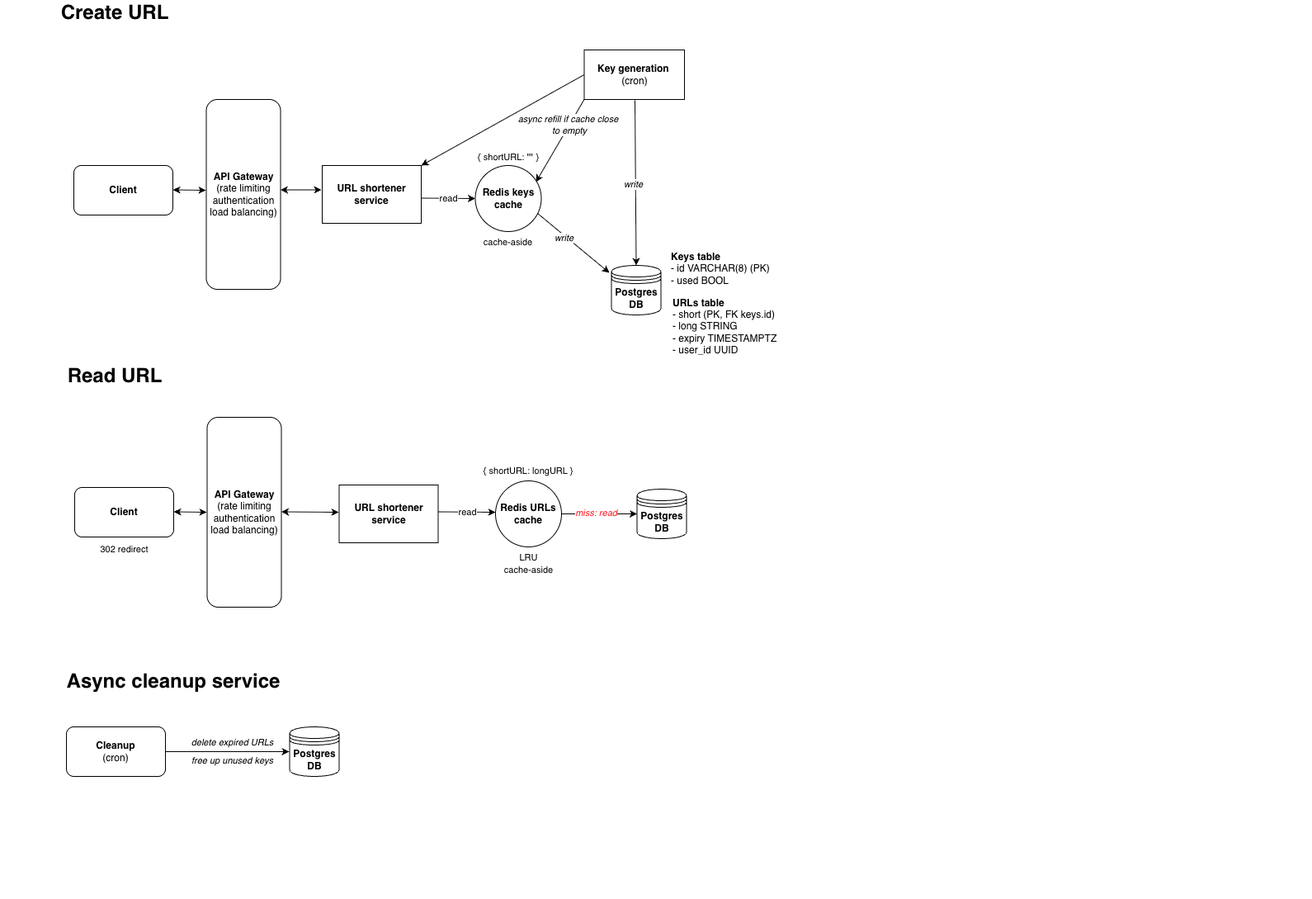
Earlier version of the draw.io export apparchitecture.png (Marie20767/url-shortener). Source tidied: cells renumbered, new cells last; positions are measured from the earlier drawing's top-left corner, leaving out a move shared by most shapes.
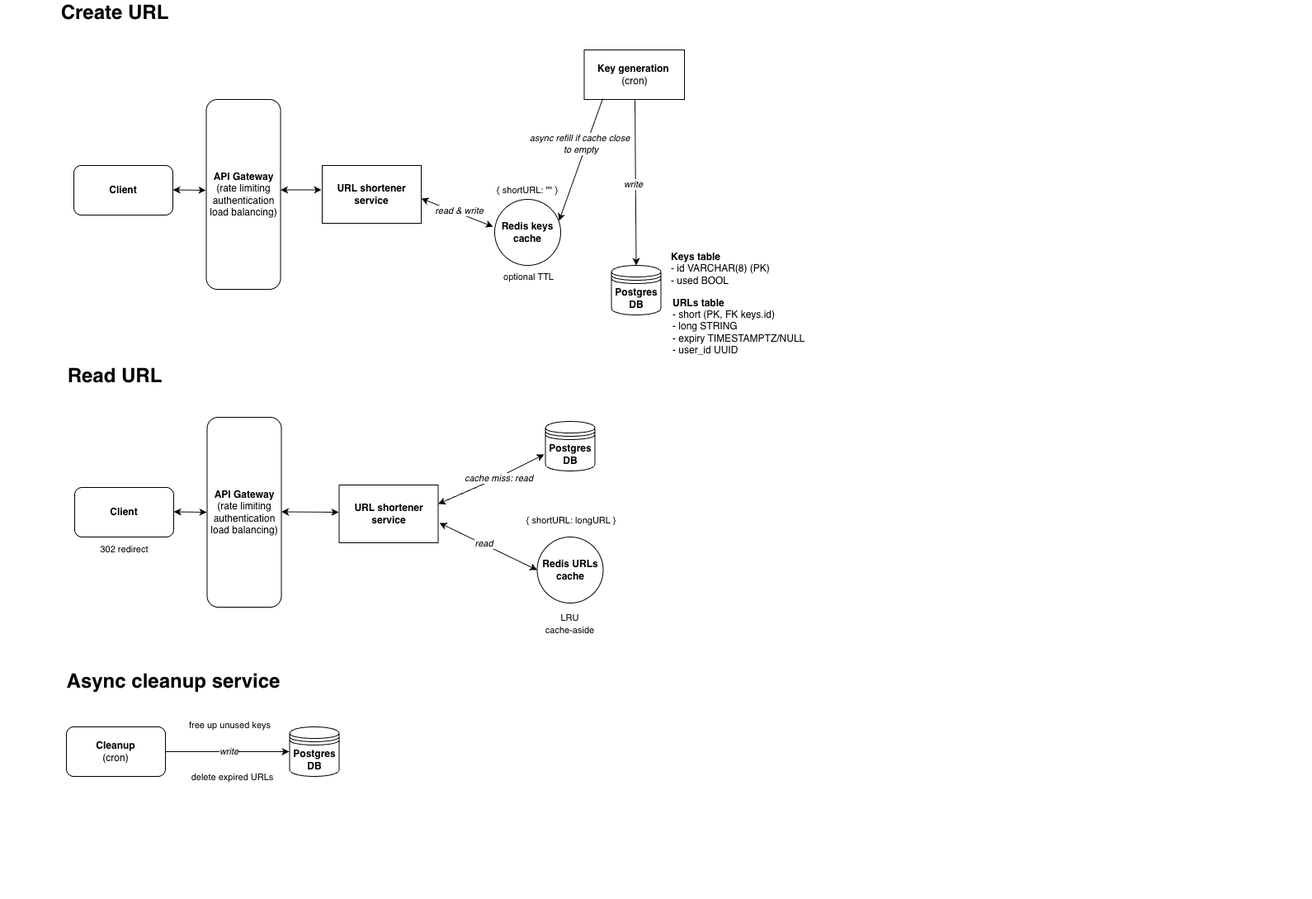
After the commit.

Commit message:
Updated diagram to remove cache to db link

The edit, as a diff of the source:
```diff
@@ -16,14 +16,6 @@
         <mxPoint x="-2" as="offset" />
       </mxGeometry>
     </mxCell>
-    <mxCell id="6" style="endArrow=classic;html=1;rounded=0;entryX=0.919;entryY=0.25;entryDx=0;entryDy=0;entryPerimeter=0;exitX=0;exitY=1;exitDx=0;exitDy=0;" parent="1" edge="1" source="8" target="31">
-      <mxGeometry relative="1" as="geometry" />
-    </mxCell>
-    <mxCell id="7" value="&lt;font style=&quot;color: rgb(0, 0, 0);&quot;&gt;&lt;i style=&quot;&quot;&gt;async refill if cache close&lt;br&gt;&amp;nbsp;to empty&lt;br&gt;&lt;/i&gt;&lt;/font&gt;" style="edgeLabel;html=1;align=center;verticalAlign=middle;fillColor=#000000;strokeColor=none;" parent="6" vertex="1">
-      <mxGeometry relative="1" as="geometry">
-        <mxPoint x="9" y="-20" as="offset" />
-      </mxGeometry>
-    </mxCell>
     <mxCell id="8" value="&lt;b&gt;Key generation&amp;nbsp;&lt;/b&gt;&lt;br&gt;(cron)" style="rounded=0;whiteSpace=wrap;html=1;" parent="1" vertex="1">
       <mxGeometry x="708.5" y="60" width="121.5" height="60" as="geometry" />
     </mxCell>
@@ -37,31 +29,15 @@
         <mxPoint x="-13" y="2" as="offset" />
       </mxGeometry>
     </mxCell>
-    <mxCell id="11" style="endArrow=classic;html=1;rounded=0;exitX=0.944;exitY=0.725;exitDx=0;exitDy=0;exitPerimeter=0;entryX=-0.042;entryY=0.15;entryDx=0;entryDy=0;entryPerimeter=0;" parent="1" edge="1" source="31" target="4">
-      <mxGeometry relative="1" as="geometry" />
-    </mxCell>
-    <mxCell id="12" value="&lt;i&gt;write&lt;/i&gt;" style="edgeLabel;html=1;align=center;verticalAlign=middle;" parent="1" vertex="1">
-      <mxGeometry x="696.8" y="285" as="geometry">
-        <mxPoint x="-13" y="2" as="offset" />
-      </mxGeometry>
-    </mxCell>
     <mxCell id="13" value="&lt;font style=&quot;font-size: 24px;&quot;&gt;&lt;b&gt;Read URL&lt;/b&gt;&lt;/font&gt;" style="text;html=1;align=center;verticalAlign=middle;whiteSpace=wrap;rounded=0;" parent="1" vertex="1">
       <mxGeometry x="40" y="440" width="200" height="30" as="geometry" />
     </mxCell>
     <mxCell id="14" value="{ shortURL: longURL }" style="text;html=1;align=center;verticalAlign=middle;whiteSpace=wrap;rounded=0;fontSize=11;" parent="1" vertex="1">
-      <mxGeometry x="585.2" y="560" width="111.5" height="20" as="geometry" />
+      <mxGeometry x="637" y="620" width="111.5" height="20" as="geometry" />
     </mxCell>
     <mxCell id="15" value="&lt;b&gt;Postgres DB&lt;/b&gt;" style="shape=datastore;whiteSpace=wrap;html=1;labelBackgroundColor=default;" parent="1" vertex="1">
-      <mxGeometry x="772.5" y="592" width="60" height="60" as="geometry" />
+      <mxGeometry x="661.5" y="510" width="60" height="60" as="geometry" />
     </mxCell>
-    <mxCell id="16" style="endArrow=classic;html=1;rounded=0;exitX=1;exitY=0.5;exitDx=0;exitDy=0;entryX=0;entryY=0.5;entryDx=0;entryDy=0;" parent="1" edge="1" source="39" target="15">
-      <mxGeometry relative="1" as="geometry" />
-    </mxCell>
-    <mxCell id="17" value="&lt;font style=&quot;color: rgb(255, 25, 33);&quot;&gt;&lt;i&gt;miss: read&lt;/i&gt;&lt;/font&gt;" style="edgeLabel;html=1;align=center;verticalAlign=middle;" parent="16" vertex="1">
-      <mxGeometry relative="1" as="geometry">
-        <mxPoint x="-5" y="-2" as="offset" />
-      </mxGeometry>
-    </mxCell>
     <mxCell id="18" value="&lt;b&gt;URL shortener service&lt;/b&gt;" style="rounded=0;whiteSpace=wrap;html=1;" parent="1" vertex="1">
       <mxGeometry x="391" y="200" width="120" height="70" as="geometry" />
     </mxCell>
@@ -82,9 +58,9 @@
         <mxPoint x="351" y="910" as="targetPoint" />
       </mxGeometry>
     </mxCell>
-    <mxCell id="24" value="delete expired URLs" style="edgeLabel;html=1;align=center;verticalAlign=middle;fontStyle=2;" parent="23" vertex="1">
+    <mxCell id="24" value="&lt;span style=&quot;font-style: normal;&quot;&gt;delete expired URLs&lt;/span&gt;" style="edgeLabel;html=1;align=center;verticalAlign=middle;fontStyle=2;" parent="23" vertex="1">
       <mxGeometry relative="1" as="geometry">
-        <mxPoint x="5" y="-12" as="offset" />
+        <mxPoint x="5" y="30" as="offset" />
       </mxGeometry>
     </mxCell>
     <mxCell id="25" style="edgeStyle=orthogonalEdgeStyle;rounded=0;orthogonalLoop=1;jettySize=auto;html=1;exitX=0.5;exitY=1;exitDx=0;exitDy=0;" parent="1" edge="1">
@@ -93,9 +69,6 @@
         <mxPoint x="454" y="1080" as="targetPoint" />
       </mxGeometry>
     </mxCell>
-    <mxCell id="26" value="&lt;div&gt;&lt;br&gt;&lt;/div&gt;&lt;div&gt;&lt;br&gt;&lt;/div&gt;" style="endArrow=classic;html=1;rounded=0;exitX=0;exitY=0.5;exitDx=0;exitDy=0;entryX=1;entryY=0;entryDx=0;entryDy=0;" parent="1" edge="1" source="8" target="18">
-      <mxGeometry relative="1" as="geometry" />
-    </mxCell>
     <mxCell id="27" value="&lt;b&gt;Client&lt;/b&gt;" style="rounded=1;whiteSpace=wrap;html=1;" parent="1" vertex="1">
       <mxGeometry x="90" y="200" width="120" height="60" as="geometry" />
     </mxCell>
@@ -115,17 +88,9 @@
       </mxGeometry>
     </mxCell>
     <mxCell id="31" value="&lt;b&gt;Redis keys cache&lt;/b&gt;" style="ellipse;whiteSpace=wrap;html=1;" parent="1" vertex="1">
-      <mxGeometry x="576.5" y="200" width="80" height="80" as="geometry" />
+      <mxGeometry x="600" y="241" width="80" height="80" as="geometry" />
     </mxCell>
-    <mxCell id="32" style="endArrow=classic;html=1;rounded=0;entryX=0;entryY=0.5;entryDx=0;entryDy=0;" parent="1" edge="1" target="31">
-      <mxGeometry relative="1" as="geometry">
-        <mxPoint x="511" y="239.5" as="sourcePoint" />
-      </mxGeometry>
-    </mxCell>
-    <mxCell id="33" value="read" style="edgeLabel;html=1;align=center;verticalAlign=middle;" parent="32" vertex="1">
-      <mxGeometry relative="1" as="geometry" />
-    </mxCell>
-    <mxCell id="34" value="&lt;b&gt;URLs table&lt;br&gt;&lt;/b&gt;&lt;div&gt;- short (PK, FK keys.id)&lt;/div&gt;&lt;div&gt;- long STRING&lt;/div&gt;&lt;div&gt;- expiry TIMESTAMPTZ&lt;/div&gt;&lt;div&gt;- user_id UUID&lt;/div&gt;" style="text;html=1;whiteSpace=wrap;strokeColor=none;fillColor=none;align=left;verticalAlign=middle;rounded=0;" parent="1" vertex="1">
+    <mxCell id="34" value="&lt;b&gt;URLs table&lt;br&gt;&lt;/b&gt;&lt;div&gt;- short (PK, FK keys.id)&lt;/div&gt;&lt;div&gt;- long STRING&lt;/div&gt;&lt;div&gt;- expiry TIMESTAMPTZ/NULL&lt;/div&gt;&lt;div&gt;- user_id UUID&lt;/div&gt;" style="text;html=1;whiteSpace=wrap;strokeColor=none;fillColor=none;align=left;verticalAlign=middle;rounded=0;" parent="1" vertex="1">
       <mxGeometry x="814" y="370" width="230" height="50" as="geometry" />
     </mxCell>
     <mxCell id="35" value="&lt;b&gt;Keys table&lt;br&gt;&lt;/b&gt;&lt;div&gt;- id VARCHAR(8) (PK)&lt;/div&gt;&lt;div&gt;- used BOOL&lt;/div&gt;" style="text;html=1;whiteSpace=wrap;strokeColor=none;fillColor=none;align=left;verticalAlign=middle;rounded=0;" parent="1" vertex="1">
@@ -144,10 +109,10 @@
       <mxGeometry x="251.5" y="505" width="90" height="230" as="geometry" />
     </mxCell>
     <mxCell id="39" value="&lt;b&gt;Redis URLs cache&lt;/b&gt;" style="ellipse;whiteSpace=wrap;html=1;" parent="1" vertex="1">
-      <mxGeometry x="601" y="582" width="80" height="80" as="geometry" />
+      <mxGeometry x="651.5" y="650" width="80" height="80" as="geometry" />
     </mxCell>
     <mxCell id="40" value="&lt;span style=&quot;font-size: 11px;&quot;&gt;LRU&lt;/span&gt;&lt;br style=&quot;font-size: 11px;&quot;&gt;&lt;span style=&quot;font-size: 11px;&quot;&gt;cache-aside&lt;/span&gt;" style="text;html=1;whiteSpace=wrap;strokeColor=none;fillColor=none;align=center;verticalAlign=middle;rounded=0;" parent="1" vertex="1">
-      <mxGeometry x="586.5" y="657" width="109" height="50" as="geometry" />
+      <mxGeometry x="637" y="730" width="109" height="50" as="geometry" />
     </mxCell>
     <mxCell id="41" style="endArrow=classic;startArrow=classic;html=1;rounded=0;" parent="1" edge="1">
       <mxGeometry relative="1" as="geometry">
@@ -155,26 +120,64 @@
         <mxPoint x="411" y="620" as="targetPoint" />
       </mxGeometry>
     </mxCell>
-    <mxCell id="42" style="endArrow=classic;html=1;rounded=0;" parent="1" edge="1">
-      <mxGeometry relative="1" as="geometry">
-        <mxPoint x="531.5" y="619.5" as="sourcePoint" />
-        <mxPoint x="601" y="620" as="targetPoint" />
-      </mxGeometry>
-    </mxCell>
-    <mxCell id="43" value="read" style="edgeLabel;html=1;align=center;verticalAlign=middle;" parent="42" vertex="1">
-      <mxGeometry relative="1" as="geometry" />
-    </mxCell>
     <mxCell id="44" value="&lt;span style=&quot;font-size: 11px;&quot;&gt;302 redirect&lt;/span&gt;" style="text;html=1;whiteSpace=wrap;strokeColor=none;fillColor=none;align=center;verticalAlign=middle;rounded=0;" parent="1" vertex="1">
       <mxGeometry x="96.5" y="640" width="109" height="50" as="geometry" />
     </mxCell>
-    <mxCell id="45" value="&lt;i&gt;free up unused keys&lt;/i&gt;" style="edgeLabel;html=1;align=center;verticalAlign=middle;" parent="1" vertex="1">
-      <mxGeometry x="281" y="920" as="geometry" />
+    <mxCell id="45" value="free up unused keys" style="edgeLabel;html=1;align=center;verticalAlign=middle;" parent="1" vertex="1">
+      <mxGeometry x="295.5" y="900" as="geometry">
+        <mxPoint x="-17" y="-23" as="offset" />
+      </mxGeometry>
     </mxCell>
-    <mxCell id="46" value="&lt;br style=&quot;font-size: 11px;&quot;&gt;&lt;span style=&quot;font-size: 11px;&quot;&gt;cache-aside&lt;/span&gt;" style="text;html=1;whiteSpace=wrap;strokeColor=none;fillColor=none;align=center;verticalAlign=middle;rounded=0;" parent="1" vertex="1">
-      <mxGeometry x="562" y="260" width="109" height="50" as="geometry" />
+    <mxCell id="46" value="&lt;div&gt;&lt;span style=&quot;font-size: 11px;&quot;&gt;optional TTL&lt;/span&gt;&lt;/div&gt;" style="text;html=1;whiteSpace=wrap;strokeColor=none;fillColor=none;align=center;verticalAlign=middle;rounded=0;" parent="1" vertex="1">
+      <mxGeometry x="586.8" y="310" width="109" height="50" as="geometry" />
     </mxCell>
+    <mxCell id="6" style="endArrow=classic;html=1;rounded=0;exitX=0.185;exitY=0.983;exitDx=0;exitDy=0;exitPerimeter=0;entryX=0.975;entryY=0.325;entryDx=0;entryDy=0;entryPerimeter=0;" parent="1" edge="1" source="8" target="31">
+      <mxGeometry relative="1" as="geometry" />
+    </mxCell>
+    <mxCell id="7" value="&lt;font style=&quot;color: rgb(0, 0, 0);&quot;&gt;&lt;i style=&quot;&quot;&gt;async refill if cache close&lt;br&gt;&amp;nbsp;to empty&lt;br&gt;&lt;/i&gt;&lt;/font&gt;" style="edgeLabel;html=1;align=center;verticalAlign=middle;fillColor=#000000;strokeColor=none;" parent="6" vertex="1">
+      <mxGeometry relative="1" as="geometry">
+        <mxPoint x="-2" y="-20" as="offset" />
+      </mxGeometry>
+    </mxCell>
     <mxCell id="47" value="{ shortURL: &quot;&quot; }" style="text;html=1;align=center;verticalAlign=middle;whiteSpace=wrap;rounded=0;fontSize=11;" parent="1" vertex="1">
-      <mxGeometry x="560.7" y="180" width="111.5" height="20" as="geometry" />
+      <mxGeometry x="584.2" y="220" width="111.5" height="20" as="geometry" />
     </mxCell>
+    <mxCell id="12" value="&lt;i&gt;write&lt;/i&gt;" style="edgeLabel;html=1;align=center;verticalAlign=middle;" parent="1" vertex="1">
+      <mxGeometry x="530" y="670" as="geometry">
+        <mxPoint x="-253" y="239" as="offset" />
+      </mxGeometry>
+    </mxCell>
+    <mxCell id="48" style="endArrow=classic;startArrow=classic;html=1;rounded=0;entryX=-0.025;entryY=0.413;entryDx=0;entryDy=0;entryPerimeter=0;" parent="1" edge="1" target="31">
+      <mxGeometry relative="1" as="geometry">
+        <mxPoint x="511" y="240" as="sourcePoint" />
+      </mxGeometry>
+    </mxCell>
+    <mxCell id="49" value="&lt;i&gt;read &amp;amp; write&lt;/i&gt;" style="edgeLabel;html=1;align=center;verticalAlign=middle;" parent="1" vertex="1">
+      <mxGeometry x="550" y="335" as="geometry">
+        <mxPoint x="6" y="-81" as="offset" />
+      </mxGeometry>
+    </mxCell>
+    <mxCell id="50" style="endArrow=classic;startArrow=classic;html=1;rounded=0;" parent="1" edge="1">
+      <mxGeometry relative="1" as="geometry">
+        <mxPoint x="531.5" y="610" as="sourcePoint" />
+        <mxPoint x="660" y="550" as="targetPoint" />
+        <Array as="points">
+          <mxPoint x="600" y="580" />
+        </Array>
+      </mxGeometry>
+    </mxCell>
+    <mxCell id="51" value="&lt;i&gt;cache miss: read&lt;/i&gt;" style="edgeLabel;html=1;align=center;verticalAlign=middle;" parent="1" vertex="1">
+      <mxGeometry x="600" y="657" as="geometry">
+        <mxPoint x="4" y="-79" as="offset" />
+      </mxGeometry>
+    </mxCell>
+    <mxCell id="52" style="endArrow=classic;startArrow=classic;html=1;rounded=0;entryX=0;entryY=0.5;entryDx=0;entryDy=0;exitX=1.013;exitY=0.657;exitDx=0;exitDy=0;exitPerimeter=0;" parent="1" edge="1" source="19" target="39">
+      <mxGeometry relative="1" as="geometry" />
+    </mxCell>
+    <mxCell id="53" value="&lt;i&gt;read&lt;/i&gt;" style="edgeLabel;html=1;align=center;verticalAlign=middle;" parent="52" vertex="1">
+      <mxGeometry x="-0.08" y="-4" relative="1" as="geometry">
+        <mxPoint y="-6" as="offset" />
+      </mxGeometry>
+    </mxCell>
   </root>
 </mxGraphModel>
```
